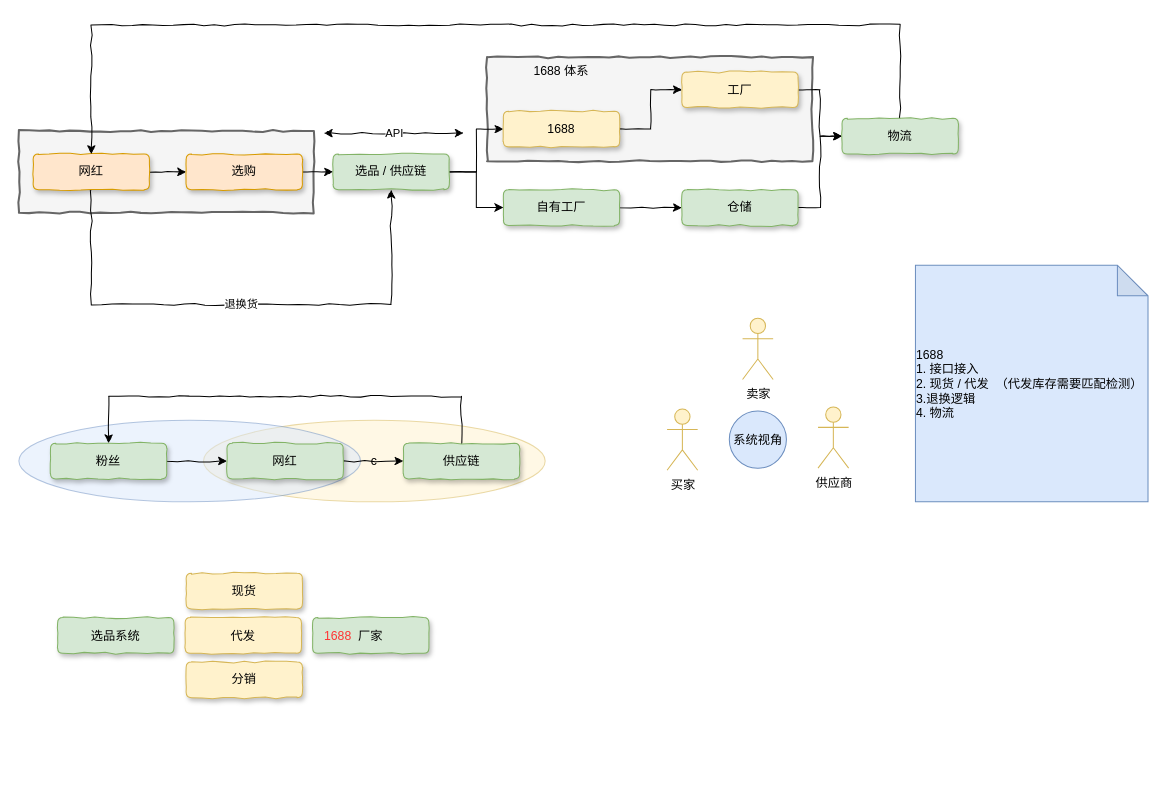
Before: page "Ã§Â¬Â¬ 1 Ã©Â¡Âµ" (1 of 2) of 洋葱结构梳理.drawio in chenyz/EGOTableViewPullRefresh, a draw.io diagram. Source tidied: cells renumbered, new cells numbered last; positions are measured from the earlier drawing's top-left corner, leaving out a move shared by most shapes. Both pictures are drawn from the tidied source at 102%, with x=0, y=0 at pixel (18, 24).
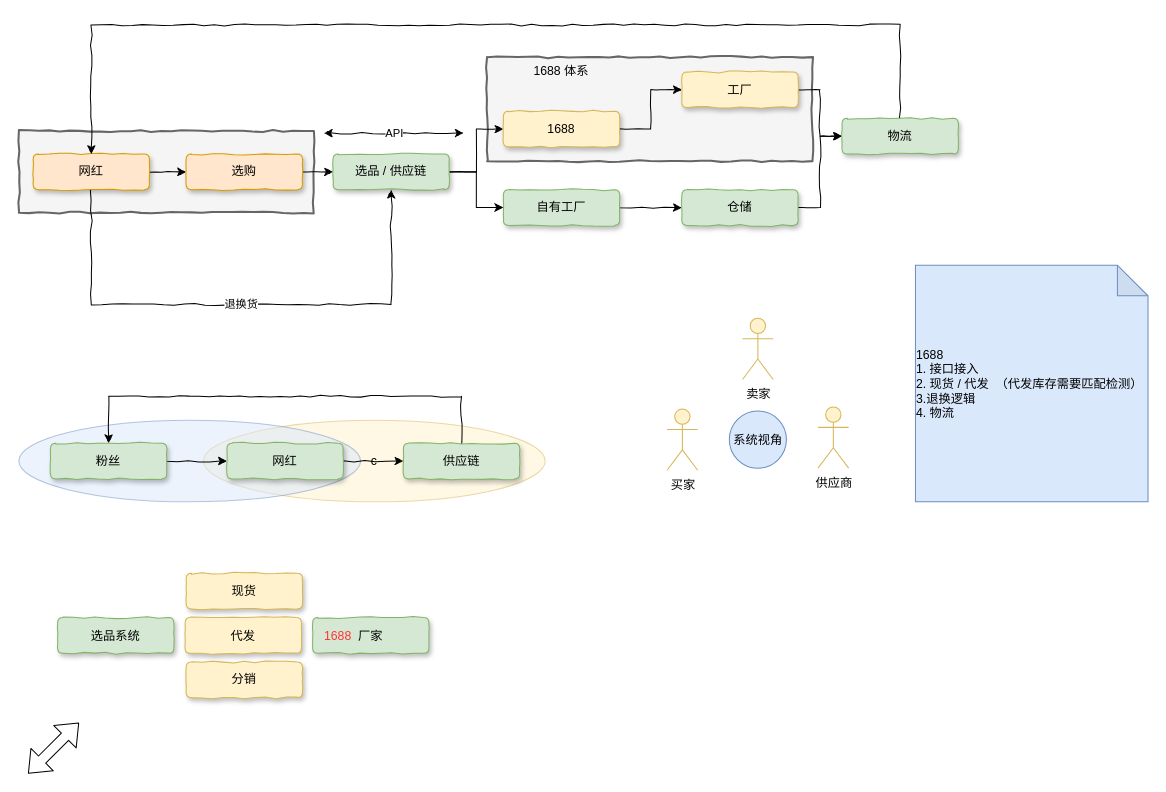
After the change.

Commit message:
更新洋葱结构梳理.drawio

Diff of the diagram source:
```diff
@@
+    <mxCell id="43" style="shape=flexArrow;endArrow=classic;startArrow=classic;html=1;" parent="1" edge="1">
+      <mxGeometry relative="1" as="geometry">
+        <mxPoint x="9" y="734" as="sourcePoint" />
+        <mxPoint x="59" y="684" as="targetPoint" />
+      </mxGeometry>
+    </mxCell>
```
